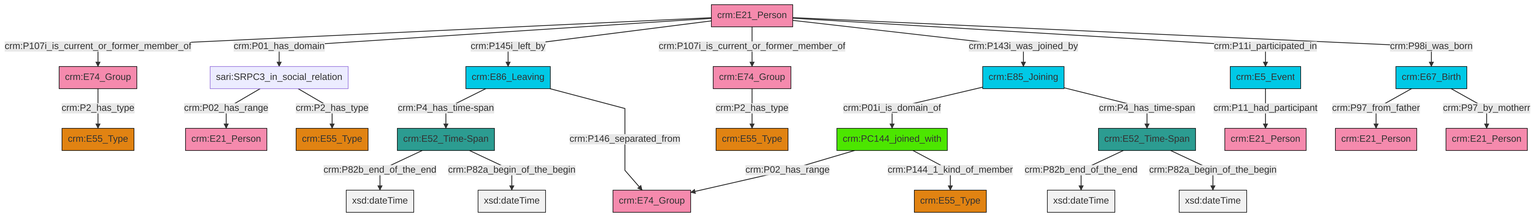
Earlier version of the Mermaid export et/personCSV/ttl/mmd/png/Person_Actor_Relations.png (swiss-art-research-net/reference-data-models). Its source is kept beside it as et/personCSV/ttl/mmd/Person_Actor_Relations.ttl.mmd.
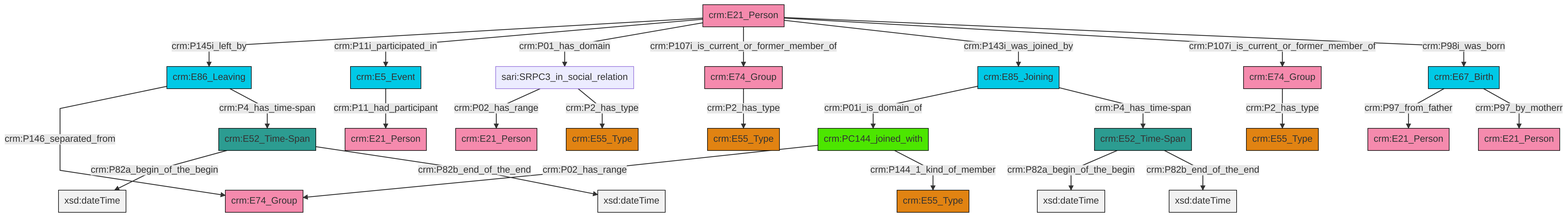
The same file after the commit.

Change to the diagram source:
```diff
@@ -13,27 +13,27 @@
 classDef PC_Classes fill:#4ce600, stroke:#000000;
 classDef Multi fill:#cccccc,stroke:#000000;
 
-0["crm:E52_Time-Span"]:::Time-Span -->|crm:P82b_end_of_the_end| 1[xsd:dateTime]:::Literal
-2["crm:E21_Person"]:::Actor -->|crm:P107i_is_current_or_former_member_of| 3["crm:E74_Group"]:::Actor
-11["crm:E67_Birth"]:::Temporal_Entity -->|crm:P97_from_father| 12["crm:E21_Person"]:::Actor
-13["crm:E74_Group"]:::Actor -->|crm:P2_has_type| 14["crm:E55_Type"]:::Type
-18["crm:E86_Leaving"]:::Temporal_Entity -->|crm:P4_has_time-span| 6["crm:E52_Time-Span"]:::Time-Span
-2["crm:E21_Person"]:::Actor -->|crm:P01_has_domain| 4["sari:SRPC3_in_social_relation"]:::Default
-19["crm:PC144_joined_with"]:::PC_Classes -->|crm:P02_has_range| 20["crm:E74_Group"]:::Actor
-2["crm:E21_Person"]:::Actor -->|crm:P145i_left_by| 18["crm:E86_Leaving"]:::Temporal_Entity
-19["crm:PC144_joined_with"]:::PC_Classes -->|crm:P144_1_kind_of_member| 24["crm:E55_Type"]:::Type
-2["crm:E21_Person"]:::Actor -->|crm:P107i_is_current_or_former_member_of| 13["crm:E74_Group"]:::Actor
-3["crm:E74_Group"]:::Actor -->|crm:P2_has_type| 22["crm:E55_Type"]:::Type
-4["sari:SRPC3_in_social_relation"]:::Default -->|crm:P02_has_range| 29["crm:E21_Person"]:::Actor
-2["crm:E21_Person"]:::Actor -->|crm:P143i_was_joined_by| 16["crm:E85_Joining"]:::Temporal_Entity
-18["crm:E86_Leaving"]:::Temporal_Entity -->|crm:P146_separated_from| 20["crm:E74_Group"]:::Actor
-0["crm:E52_Time-Span"]:::Time-Span -->|crm:P82a_begin_of_the_begin| 32[xsd:dateTime]:::Literal
-2["crm:E21_Person"]:::Actor -->|crm:P11i_participated_in| 33["crm:E5_Event"]:::Temporal_Entity
-16["crm:E85_Joining"]:::Temporal_Entity -->|crm:P01i_is_domain_of| 19["crm:PC144_joined_with"]:::PC_Classes
-6["crm:E52_Time-Span"]:::Time-Span -->|crm:P82b_end_of_the_end| 38[xsd:dateTime]:::Literal
-16["crm:E85_Joining"]:::Temporal_Entity -->|crm:P4_has_time-span| 0["crm:E52_Time-Span"]:::Time-Span
-6["crm:E52_Time-Span"]:::Time-Span -->|crm:P82a_begin_of_the_begin| 39[xsd:dateTime]:::Literal
-11["crm:E67_Birth"]:::Temporal_Entity -->|crm:P97_by_motherr| 9["crm:E21_Person"]:::Actor
-33["crm:E5_Event"]:::Temporal_Entity -->|crm:P11_had_participant| 34["crm:E21_Person"]:::Actor
-2["crm:E21_Person"]:::Actor -->|crm:P98i_was_born| 11["crm:E67_Birth"]:::Temporal_Entity
-4["sari:SRPC3_in_social_relation"]:::Default -->|crm:P2_has_type| 26["crm:E55_Type"]:::Type
+2["crm:E21_Person"]:::Actor -->|crm:P145i_left_by| 3["crm:E86_Leaving"]:::Temporal_Entity
+6["crm:E67_Birth"]:::Temporal_Entity -->|crm:P97_from_father| 7["crm:E21_Person"]:::Actor
+0["crm:E52_Time-Span"]:::Time-Span -->|crm:P82a_begin_of_the_begin| 12[xsd:dateTime]:::Literal
+8["crm:E52_Time-Span"]:::Time-Span -->|crm:P82a_begin_of_the_begin| 17[xsd:dateTime]:::Literal
+24["crm:E85_Joining"]:::Temporal_Entity -->|crm:P01i_is_domain_of| 10["crm:PC144_joined_with"]:::PC_Classes
+13["sari:SRPC3_in_social_relation"]:::Default -->|crm:P02_has_range| 4["crm:E21_Person"]:::Actor
+13["sari:SRPC3_in_social_relation"]:::Default -->|crm:P2_has_type| 25["crm:E55_Type"]:::Type
+26["crm:E74_Group"]:::Actor -->|crm:P2_has_type| 20["crm:E55_Type"]:::Type
+2["crm:E21_Person"]:::Actor -->|crm:P11i_participated_in| 30["crm:E5_Event"]:::Temporal_Entity
+0["crm:E52_Time-Span"]:::Time-Span -->|crm:P82b_end_of_the_end| 32[xsd:dateTime]:::Literal
+6["crm:E67_Birth"]:::Temporal_Entity -->|crm:P97_by_motherr| 33["crm:E21_Person"]:::Actor
+8["crm:E52_Time-Span"]:::Time-Span -->|crm:P82b_end_of_the_end| 35[xsd:dateTime]:::Literal
+2["crm:E21_Person"]:::Actor -->|crm:P01_has_domain| 13["sari:SRPC3_in_social_relation"]:::Default
+10["crm:PC144_joined_with"]:::PC_Classes -->|crm:P02_has_range| 18["crm:E74_Group"]:::Actor
+10["crm:PC144_joined_with"]:::PC_Classes -->|crm:P144_1_kind_of_member| 15["crm:E55_Type"]:::Type
+2["crm:E21_Person"]:::Actor -->|crm:P107i_is_current_or_former_member_of| 22["crm:E74_Group"]:::Actor
+3["crm:E86_Leaving"]:::Temporal_Entity -->|crm:P146_separated_from| 18["crm:E74_Group"]:::Actor
+24["crm:E85_Joining"]:::Temporal_Entity -->|crm:P4_has_time-span| 0["crm:E52_Time-Span"]:::Time-Span
+2["crm:E21_Person"]:::Actor -->|crm:P143i_was_joined_by| 24["crm:E85_Joining"]:::Temporal_Entity
+2["crm:E21_Person"]:::Actor -->|crm:P107i_is_current_or_former_member_of| 26["crm:E74_Group"]:::Actor
+30["crm:E5_Event"]:::Temporal_Entity -->|crm:P11_had_participant| 41["crm:E21_Person"]:::Actor
+22["crm:E74_Group"]:::Actor -->|crm:P2_has_type| 27["crm:E55_Type"]:::Type
+2["crm:E21_Person"]:::Actor -->|crm:P98i_was_born| 6["crm:E67_Birth"]:::Temporal_Entity
+3["crm:E86_Leaving"]:::Temporal_Entity -->|crm:P4_has_time-span| 8["crm:E52_Time-Span"]:::Time-Span
```
